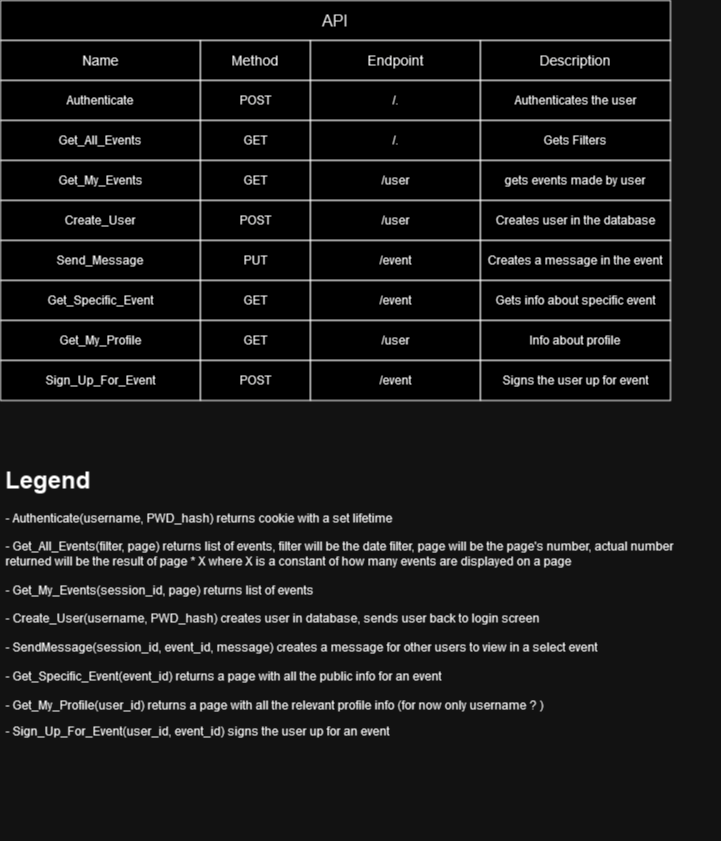
Before: Navrh/Diagramy/API.png, a diagram exported from draw.io (RatsAreNice/ITU-2023). Source tidied: cells renumbered, new cells last; positions are measured from the earlier drawing's top-left corner, leaving out a move shared by most shapes.
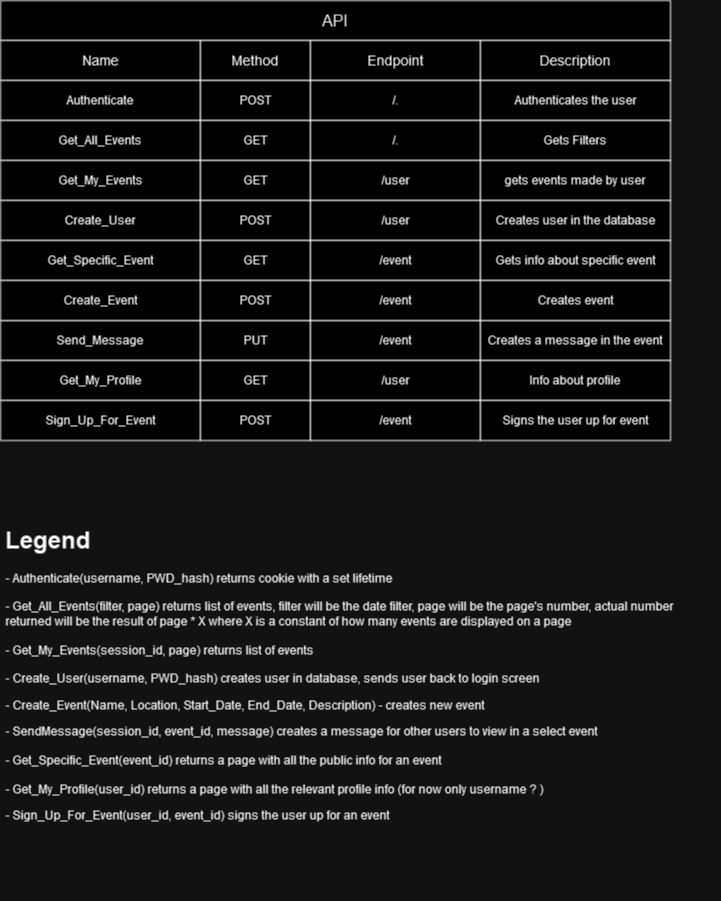
Above is the later version.

Diff of the diagram source:
```diff
@@ -2,8 +2,8 @@
   <root>
     <mxCell id="0" />
     <mxCell id="1" parent="0" />
-    <mxCell id="2" value="&lt;h1&gt;Legend&lt;/h1&gt;&lt;p&gt;- Authenticate(username, PWD_hash) returns cookie with a set lifetime&lt;br&gt;&lt;br&gt;- Get_All_Events(filter, page) returns list of events, filter will be the date filter, page will be the page's number, actual number returned will be the result of page * X where X is a constant of how many events are displayed on a page&lt;br&gt;&lt;br&gt;- Get_My_Events(session_id, page) returns list of events&lt;br&gt;&lt;br&gt;- Create_User(username, PWD_hash) creates user in database, sends user back to login screen&lt;br&gt;&lt;br&gt;- SendMessage(session_id, event_id, message) creates a message for other users to view in a select event&lt;br&gt;&lt;br&gt;- Get_Specific_Event(event_id) returns a page with all the public info for an event&lt;br&gt;&lt;br&gt;- Get_My_Profile(user_id) returns a page with all the relevant profile info (for now only username ? )&lt;br&gt;&lt;/p&gt;&lt;p&gt;- Sign_Up_For_Event(user_id, event_id) signs the user up for an event&lt;br&gt;&lt;/p&gt;" style="text;html=1;strokeColor=none;fillColor=none;spacing=5;spacingTop=-20;whiteSpace=wrap;overflow=hidden;rounded=0;" parent="1" vertex="1">
-      <mxGeometry y="460" width="720" height="380" as="geometry" />
+    <mxCell id="2" value="&lt;h1&gt;Legend&lt;/h1&gt;&lt;p&gt;- Authenticate(username, PWD_hash) returns cookie with a set lifetime&lt;br&gt;&lt;br&gt;- Get_All_Events(filter, page) returns list of events, filter will be the date filter, page will be the page's number, actual number returned will be the result of page * X where X is a constant of how many events are displayed on a page&lt;br&gt;&lt;br&gt;- Get_My_Events(session_id, page) returns list of events&lt;br&gt;&lt;br&gt;- Create_User(username, PWD_hash) creates user in database, sends user back to login screen&lt;/p&gt;&lt;p&gt;- Create_Event(Name, Location, Start_Date, End_Date, Description) - creates new event&lt;br&gt;&lt;/p&gt;&lt;p&gt;- SendMessage(session_id, event_id, message) creates a message for other users to view in a select event&lt;br&gt;&lt;br&gt;- Get_Specific_Event(event_id) returns a page with all the public info for an event&lt;br&gt;&lt;br&gt;- Get_My_Profile(user_id) returns a page with all the relevant profile info (for now only username ? )&lt;br&gt;&lt;/p&gt;&lt;p&gt;- Sign_Up_For_Event(user_id, event_id) signs the user up for an event&lt;br&gt;&lt;/p&gt;" style="text;html=1;strokeColor=none;fillColor=none;spacing=5;spacingTop=-20;whiteSpace=wrap;overflow=hidden;rounded=0;" parent="1" vertex="1">
+      <mxGeometry y="520" width="720" height="380" as="geometry" />
     </mxCell>
     <mxCell id="3" value="&lt;font style=&quot;font-size: 16px;&quot;&gt;API&lt;/font&gt;" style="rounded=0;whiteSpace=wrap;html=1;" parent="1" vertex="1">
       <mxGeometry width="670" height="40" as="geometry" />
@@ -69,52 +69,64 @@
       <mxGeometry x="480" y="200" width="190" height="40" as="geometry" />
     </mxCell>
     <mxCell id="24" value="Send_Message" style="rounded=0;whiteSpace=wrap;html=1;" parent="1" vertex="1">
-      <mxGeometry y="240" width="200" height="40" as="geometry" />
+      <mxGeometry y="320" width="200" height="40" as="geometry" />
     </mxCell>
     <mxCell id="25" value="PUT" style="rounded=0;whiteSpace=wrap;html=1;" parent="1" vertex="1">
-      <mxGeometry x="200" y="240" width="110" height="40" as="geometry" />
+      <mxGeometry x="200" y="320" width="110" height="40" as="geometry" />
     </mxCell>
     <mxCell id="26" value="/event" style="rounded=0;whiteSpace=wrap;html=1;" parent="1" vertex="1">
-      <mxGeometry x="310" y="240" width="170" height="40" as="geometry" />
+      <mxGeometry x="310" y="320" width="170" height="40" as="geometry" />
     </mxCell>
     <mxCell id="27" value="Creates a message in the event" style="rounded=0;whiteSpace=wrap;html=1;" parent="1" vertex="1">
-      <mxGeometry x="480" y="240" width="190" height="40" as="geometry" />
+      <mxGeometry x="480" y="320" width="190" height="40" as="geometry" />
     </mxCell>
     <mxCell id="28" value="Get_Specific_Event" style="rounded=0;whiteSpace=wrap;html=1;" parent="1" vertex="1">
-      <mxGeometry y="280" width="200" height="40" as="geometry" />
+      <mxGeometry y="240" width="200" height="40" as="geometry" />
     </mxCell>
     <mxCell id="29" value="GET" style="rounded=0;whiteSpace=wrap;html=1;" parent="1" vertex="1">
-      <mxGeometry x="200" y="280" width="110" height="40" as="geometry" />
+      <mxGeometry x="200" y="240" width="110" height="40" as="geometry" />
     </mxCell>
     <mxCell id="30" value="/event" style="rounded=0;whiteSpace=wrap;html=1;" parent="1" vertex="1">
-      <mxGeometry x="310" y="280" width="170" height="40" as="geometry" />
+      <mxGeometry x="310" y="240" width="170" height="40" as="geometry" />
     </mxCell>
     <mxCell id="31" value="Gets info about specific event" style="rounded=0;whiteSpace=wrap;html=1;" parent="1" vertex="1">
-      <mxGeometry x="480" y="280" width="190" height="40" as="geometry" />
+      <mxGeometry x="480" y="240" width="190" height="40" as="geometry" />
     </mxCell>
     <mxCell id="32" value="Get_My_Profile" style="rounded=0;whiteSpace=wrap;html=1;" parent="1" vertex="1">
-      <mxGeometry y="320" width="200" height="40" as="geometry" />
+      <mxGeometry y="360" width="200" height="40" as="geometry" />
     </mxCell>
     <mxCell id="33" value="GET" style="rounded=0;whiteSpace=wrap;html=1;" parent="1" vertex="1">
-      <mxGeometry x="200" y="320" width="110" height="40" as="geometry" />
+      <mxGeometry x="200" y="360" width="110" height="40" as="geometry" />
     </mxCell>
     <mxCell id="34" value="/user" style="rounded=0;whiteSpace=wrap;html=1;" parent="1" vertex="1">
-      <mxGeometry x="310" y="320" width="170" height="40" as="geometry" />
+      <mxGeometry x="310" y="360" width="170" height="40" as="geometry" />
     </mxCell>
     <mxCell id="35" value="Info about profile" style="rounded=0;whiteSpace=wrap;html=1;" parent="1" vertex="1">
-      <mxGeometry x="480" y="320" width="190" height="40" as="geometry" />
+      <mxGeometry x="480" y="360" width="190" height="40" as="geometry" />
     </mxCell>
     <mxCell id="36" value="Sign_Up_For_Event" style="rounded=0;whiteSpace=wrap;html=1;" parent="1" vertex="1">
-      <mxGeometry y="360" width="200" height="40" as="geometry" />
+      <mxGeometry y="400" width="200" height="40" as="geometry" />
     </mxCell>
     <mxCell id="37" value="POST" style="rounded=0;whiteSpace=wrap;html=1;" parent="1" vertex="1">
-      <mxGeometry x="200" y="360" width="110" height="40" as="geometry" />
+      <mxGeometry x="200" y="400" width="110" height="40" as="geometry" />
     </mxCell>
     <mxCell id="38" value="/event" style="rounded=0;whiteSpace=wrap;html=1;" parent="1" vertex="1">
-      <mxGeometry x="310" y="360" width="170" height="40" as="geometry" />
+      <mxGeometry x="310" y="400" width="170" height="40" as="geometry" />
     </mxCell>
     <mxCell id="39" value="Signs the user up for event" style="rounded=0;whiteSpace=wrap;html=1;" parent="1" vertex="1">
-      <mxGeometry x="480" y="360" width="190" height="40" as="geometry" />
+      <mxGeometry x="480" y="400" width="190" height="40" as="geometry" />
     </mxCell>
+    <mxCell id="40" value="Create_Event" style="rounded=0;whiteSpace=wrap;html=1;" parent="1" vertex="1">
+      <mxGeometry y="280" width="200" height="40" as="geometry" />
+    </mxCell>
+    <mxCell id="41" value="POST" style="rounded=0;whiteSpace=wrap;html=1;" parent="1" vertex="1">
+      <mxGeometry x="200" y="280" width="110" height="40" as="geometry" />
+    </mxCell>
+    <mxCell id="42" value="/event" style="rounded=0;whiteSpace=wrap;html=1;" parent="1" vertex="1">
+      <mxGeometry x="310" y="280" width="170" height="40" as="geometry" />
+    </mxCell>
+    <mxCell id="43" value="Creates event" style="rounded=0;whiteSpace=wrap;html=1;" parent="1" vertex="1">
+      <mxGeometry x="480" y="280" width="190" height="40" as="geometry" />
+    </mxCell>
   </root>
 </mxGraphModel>
```
